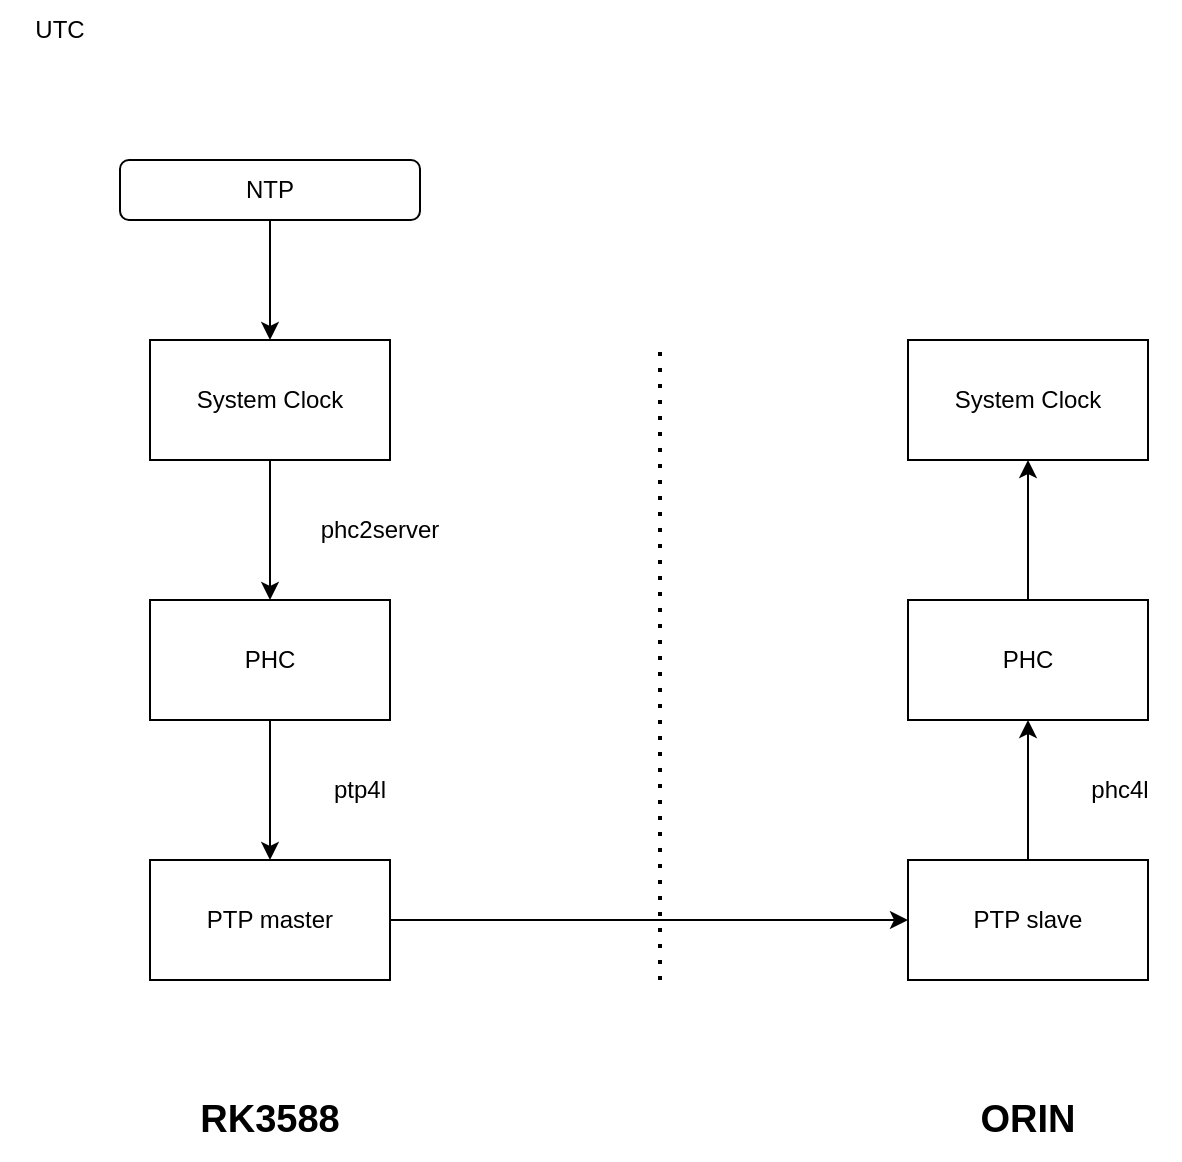
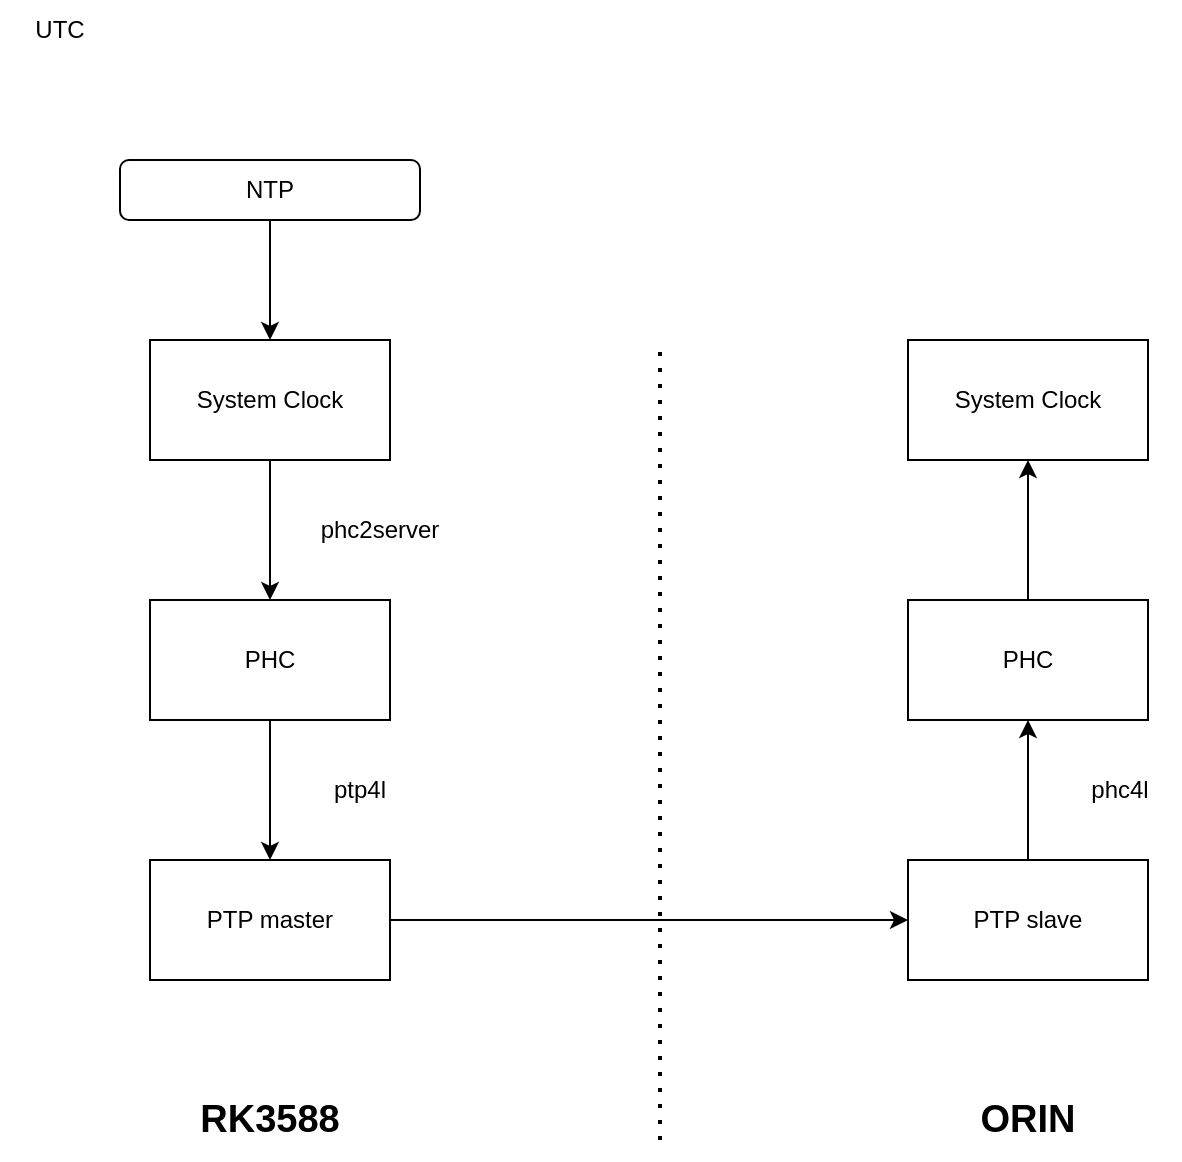
<mxfile host="app.diagrams.net" agent="Mozilla/5.0 (Windows NT 10.0; Win64; x64) AppleWebKit/537.36 (KHTML, like Gecko) Chrome/148.0.0.0 Safari/537.36">
  <diagram name="第 1 页" id="xi5zx8poPBdEaGlYp24N">
    <mxGraphModel dx="1122" dy="596" grid="1" gridSize="10" guides="1" tooltips="1" connect="1" arrows="1" fold="1" page="1" pageScale="1" pageWidth="827" pageHeight="1169" math="0" shadow="0">
      <root>
        <mxCell id="0" />
        <mxCell id="1" parent="0" />
        <mxCell id="9tWx0qsMY7gKmuM-r2hu-1" edge="1" parent="1" source="473n1farRfXXC9yVkO81-1" style="edgeStyle=orthogonalEdgeStyle;rounded=0;orthogonalLoop=1;jettySize=auto;html=1;" target="473n1farRfXXC9yVkO81-7" value="">
          <mxGeometry relative="1" as="geometry" />
        </mxCell>
        <mxCell id="473n1farRfXXC9yVkO81-1" parent="1" style="rounded=1;whiteSpace=wrap;html=1;" value="NTP" vertex="1">
          <mxGeometry height="30" width="150" x="130" y="150" as="geometry" />
        </mxCell>
        <mxCell id="473n1farRfXXC9yVkO81-6" parent="1" style="text;html=1;whiteSpace=wrap;strokeColor=none;fillColor=none;align=center;verticalAlign=middle;rounded=0;" value="UTC" vertex="1">
          <mxGeometry height="30" width="60" x="70" y="70" as="geometry" />
        </mxCell>
        <mxCell id="9tWx0qsMY7gKmuM-r2hu-3" edge="1" parent="1" source="473n1farRfXXC9yVkO81-7" style="edgeStyle=orthogonalEdgeStyle;rounded=0;orthogonalLoop=1;jettySize=auto;html=1;" target="9tWx0qsMY7gKmuM-r2hu-2" value="">
          <mxGeometry relative="1" as="geometry" />
        </mxCell>
        <mxCell id="473n1farRfXXC9yVkO81-7" parent="1" style="rounded=0;whiteSpace=wrap;html=1;" value="System Clock" vertex="1">
          <mxGeometry height="60" width="120" x="145" y="240" as="geometry" />
        </mxCell>
        <mxCell id="9tWx0qsMY7gKmuM-r2hu-5" edge="1" parent="1" source="9tWx0qsMY7gKmuM-r2hu-2" style="edgeStyle=orthogonalEdgeStyle;rounded=0;orthogonalLoop=1;jettySize=auto;html=1;" target="9tWx0qsMY7gKmuM-r2hu-4" value="">
          <mxGeometry relative="1" as="geometry" />
        </mxCell>
        <mxCell id="9tWx0qsMY7gKmuM-r2hu-2" parent="1" style="rounded=0;whiteSpace=wrap;html=1;" value="PHC" vertex="1">
          <mxGeometry height="60" width="120" x="145" y="370" as="geometry" />
        </mxCell>
        <mxCell id="9tWx0qsMY7gKmuM-r2hu-11" edge="1" parent="1" source="9tWx0qsMY7gKmuM-r2hu-4" style="edgeStyle=orthogonalEdgeStyle;rounded=0;orthogonalLoop=1;jettySize=auto;html=1;exitX=1;exitY=0.5;exitDx=0;exitDy=0;entryX=0;entryY=0.5;entryDx=0;entryDy=0;" target="9tWx0qsMY7gKmuM-r2hu-9">
          <mxGeometry relative="1" as="geometry" />
        </mxCell>
        <mxCell id="9tWx0qsMY7gKmuM-r2hu-4" parent="1" style="rounded=0;whiteSpace=wrap;html=1;" value="PTP master" vertex="1">
          <mxGeometry height="60" width="120" x="145" y="500" as="geometry" />
        </mxCell>
        <mxCell id="9tWx0qsMY7gKmuM-r2hu-6" parent="1" style="text;html=1;whiteSpace=wrap;strokeColor=none;fillColor=none;align=center;verticalAlign=middle;rounded=0;" value="phc2server" vertex="1">
          <mxGeometry height="30" width="60" x="230" y="320" as="geometry" />
        </mxCell>
        <mxCell id="9tWx0qsMY7gKmuM-r2hu-7" parent="1" style="text;html=1;whiteSpace=wrap;strokeColor=none;fillColor=none;align=center;verticalAlign=middle;rounded=0;" value="ptp4l" vertex="1">
          <mxGeometry height="30" width="60" x="220" y="450" as="geometry" />
        </mxCell>
        <mxCell id="9tWx0qsMY7gKmuM-r2hu-8" edge="1" parent="1" style="endArrow=none;dashed=1;html=1;dashPattern=1 3;strokeWidth=2;rounded=0;" value="">
          <mxGeometry height="50" relative="1" width="50" as="geometry">
-             <mxPoint x="400" y="560" as="sourcePoint" />
+             <mxPoint x="400" y="640" as="sourcePoint" />
            <mxPoint x="400" y="240" as="targetPoint" />
          </mxGeometry>
        </mxCell>
        <mxCell id="9tWx0qsMY7gKmuM-r2hu-12" edge="1" parent="1" source="9tWx0qsMY7gKmuM-r2hu-9" style="edgeStyle=orthogonalEdgeStyle;rounded=0;orthogonalLoop=1;jettySize=auto;html=1;exitX=0.5;exitY=0;exitDx=0;exitDy=0;entryX=0.5;entryY=1;entryDx=0;entryDy=0;" target="9tWx0qsMY7gKmuM-r2hu-10">
          <mxGeometry relative="1" as="geometry" />
        </mxCell>
        <mxCell id="9tWx0qsMY7gKmuM-r2hu-9" parent="1" style="rounded=0;whiteSpace=wrap;html=1;" value="PTP slave" vertex="1">
          <mxGeometry height="60" width="120" x="524" y="500" as="geometry" />
        </mxCell>
        <mxCell id="9tWx0qsMY7gKmuM-r2hu-15" edge="1" parent="1" source="9tWx0qsMY7gKmuM-r2hu-10" style="edgeStyle=orthogonalEdgeStyle;rounded=0;orthogonalLoop=1;jettySize=auto;html=1;" target="9tWx0qsMY7gKmuM-r2hu-14" value="">
          <mxGeometry relative="1" as="geometry" />
        </mxCell>
        <mxCell id="9tWx0qsMY7gKmuM-r2hu-10" parent="1" style="rounded=0;whiteSpace=wrap;html=1;" value="PHC" vertex="1">
          <mxGeometry height="60" width="120" x="524" y="370" as="geometry" />
        </mxCell>
        <mxCell id="9tWx0qsMY7gKmuM-r2hu-13" parent="1" style="text;html=1;whiteSpace=wrap;strokeColor=none;fillColor=none;align=center;verticalAlign=middle;rounded=0;" value="phc4l" vertex="1">
          <mxGeometry height="30" width="60" x="600" y="450" as="geometry" />
        </mxCell>
        <mxCell id="9tWx0qsMY7gKmuM-r2hu-14" parent="1" style="rounded=0;whiteSpace=wrap;html=1;" value="System Clock" vertex="1">
          <mxGeometry height="60" width="120" x="524" y="240" as="geometry" />
        </mxCell>
        <mxCell id="9tWx0qsMY7gKmuM-r2hu-16" parent="1" style="text;html=1;whiteSpace=wrap;strokeColor=none;fillColor=none;align=center;verticalAlign=middle;rounded=0;fontStyle=1;fontSize=19;" value="RK3588" vertex="1">
          <mxGeometry height="40" width="120" x="145" y="610" as="geometry" />
        </mxCell>
        <mxCell id="9tWx0qsMY7gKmuM-r2hu-18" parent="1" style="text;html=1;whiteSpace=wrap;strokeColor=none;fillColor=none;align=center;verticalAlign=middle;rounded=0;fontStyle=1;fontSize=19;" value="ORIN" vertex="1">
          <mxGeometry height="40" width="120" x="524" y="610" as="geometry" />
        </mxCell>
      </root>
    </mxGraphModel>
  </diagram>
</mxfile>
